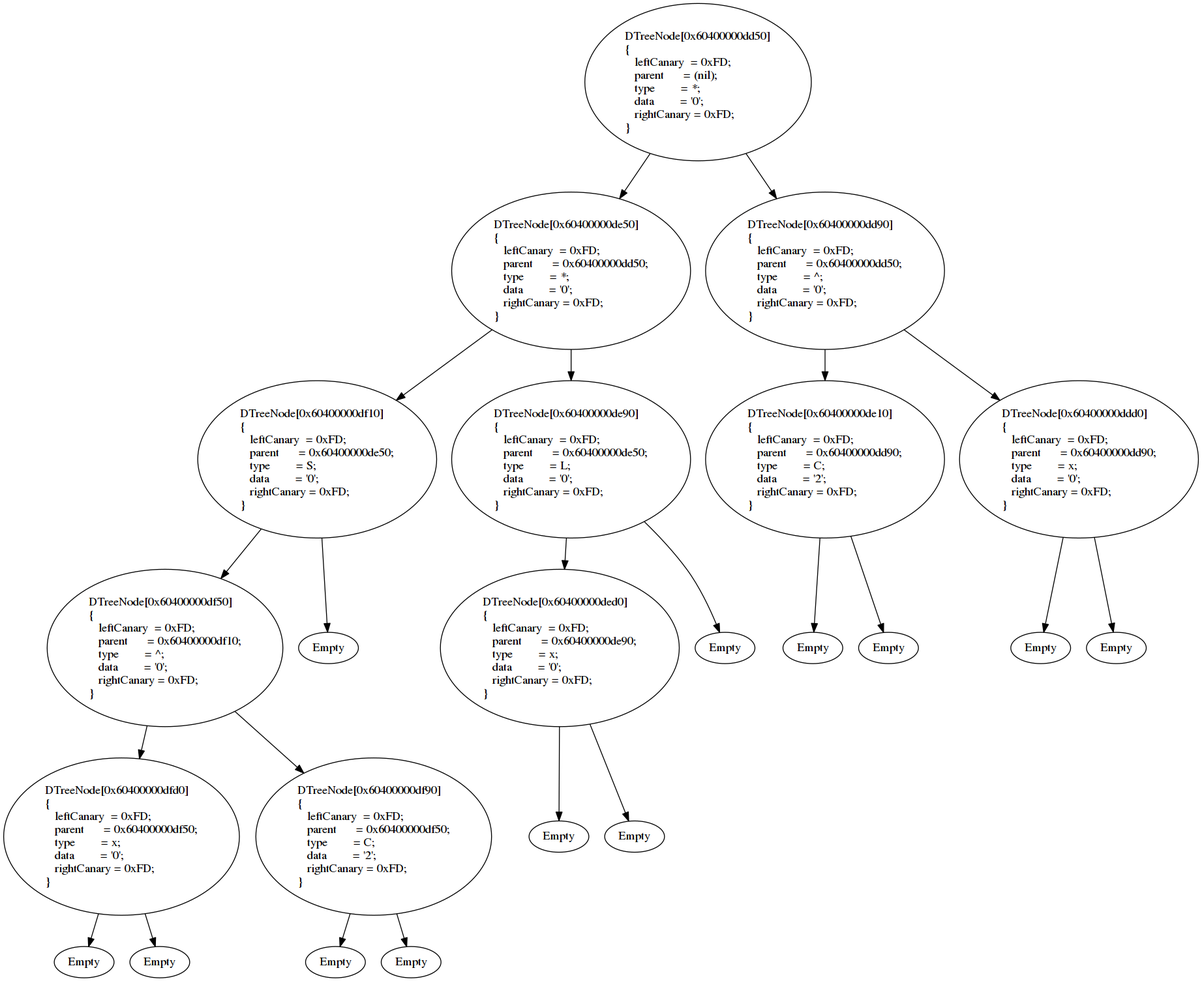
This is Differentiator/dump/tree.png from ZeronSix/technotrack, a Graphviz export, as it was before one commit. Its source is kept beside it as Differentiator/dump/tree.gv. The source it was exported from:
```dot
digraph G {
DTreeNode_0x60400000dd50 [label="DTreeNode[0x60400000dd50]\l{\l   leftCanary  = 0xFD;\l   parent      = (nil);\l   type        = *;\l   data        = '0';\l   rightCanary = 0xFD;\l}\l"]
DTreeNode_0x60400000de50 [label="DTreeNode[0x60400000de50]\l{\l   leftCanary  = 0xFD;\l   parent      = 0x60400000dd50;\l   type        = *;\l   data        = '0';\l   rightCanary = 0xFD;\l}\l"]
DTreeNode_0x60400000df10 [label="DTreeNode[0x60400000df10]\l{\l   leftCanary  = 0xFD;\l   parent      = 0x60400000de50;\l   type        = S;\l   data        = '0';\l   rightCanary = 0xFD;\l}\l"]
DTreeNode_0x60400000df50 [label="DTreeNode[0x60400000df50]\l{\l   leftCanary  = 0xFD;\l   parent      = 0x60400000df10;\l   type        = ^;\l   data        = '0';\l   rightCanary = 0xFD;\l}\l"]
DTreeNode_0x60400000dfd0 [label="DTreeNode[0x60400000dfd0]\l{\l   leftCanary  = 0xFD;\l   parent      = 0x60400000df50;\l   type        = x;\l   data        = '0';\l   rightCanary = 0xFD;\l}\l"]
DTreeNode_0x60400000dfd0_Left [label="Empty"]
DTreeNode_0x60400000dfd0 -> DTreeNode_0x60400000dfd0_Left
DTreeNode_0x60400000dfd0_Right [label="Empty"]
DTreeNode_0x60400000dfd0 -> DTreeNode_0x60400000dfd0_Right
DTreeNode_0x60400000df90 [label="DTreeNode[0x60400000df90]\l{\l   leftCanary  = 0xFD;\l   parent      = 0x60400000df50;\l   type        = C;\l   data        = '2';\l   rightCanary = 0xFD;\l}\l"]
DTreeNode_0x60400000df90_Left [label="Empty"]
DTreeNode_0x60400000df90 -> DTreeNode_0x60400000df90_Left
DTreeNode_0x60400000df90_Right [label="Empty"]
DTreeNode_0x60400000df90 -> DTreeNode_0x60400000df90_Right
DTreeNode_0x60400000df50 -> DTreeNode_0x60400000dfd0
DTreeNode_0x60400000df50 -> DTreeNode_0x60400000df90
DTreeNode_0x60400000df10_Left [label="Empty"]
DTreeNode_0x60400000df10 -> DTreeNode_0x60400000df10_Left
DTreeNode_0x60400000df10 -> DTreeNode_0x60400000df50
DTreeNode_0x60400000de90 [label="DTreeNode[0x60400000de90]\l{\l   leftCanary  = 0xFD;\l   parent      = 0x60400000de50;\l   type        = L;\l   data        = '0';\l   rightCanary = 0xFD;\l}\l"]
DTreeNode_0x60400000ded0 [label="DTreeNode[0x60400000ded0]\l{\l   leftCanary  = 0xFD;\l   parent      = 0x60400000de90;\l   type        = x;\l   data        = '0';\l   rightCanary = 0xFD;\l}\l"]
DTreeNode_0x60400000ded0_Left [label="Empty"]
DTreeNode_0x60400000ded0 -> DTreeNode_0x60400000ded0_Left
DTreeNode_0x60400000ded0_Right [label="Empty"]
DTreeNode_0x60400000ded0 -> DTreeNode_0x60400000ded0_Right
DTreeNode_0x60400000de90_Left [label="Empty"]
DTreeNode_0x60400000de90 -> DTreeNode_0x60400000de90_Left
DTreeNode_0x60400000de90 -> DTreeNode_0x60400000ded0
DTreeNode_0x60400000de50 -> DTreeNode_0x60400000df10
DTreeNode_0x60400000de50 -> DTreeNode_0x60400000de90
DTreeNode_0x60400000dd90 [label="DTreeNode[0x60400000dd90]\l{\l   leftCanary  = 0xFD;\l   parent      = 0x60400000dd50;\l   type        = ^;\l   data        = '0';\l   rightCanary = 0xFD;\l}\l"]
DTreeNode_0x60400000de10 [label="DTreeNode[0x60400000de10]\l{\l   leftCanary  = 0xFD;\l   parent      = 0x60400000dd90;\l   type        = C;\l   data        = '2';\l   rightCanary = 0xFD;\l}\l"]
DTreeNode_0x60400000de10_Left [label="Empty"]
DTreeNode_0x60400000de10 -> DTreeNode_0x60400000de10_Left
DTreeNode_0x60400000de10_Right [label="Empty"]
DTreeNode_0x60400000de10 -> DTreeNode_0x60400000de10_Right
DTreeNode_0x60400000ddd0 [label="DTreeNode[0x60400000ddd0]\l{\l   leftCanary  = 0xFD;\l   parent      = 0x60400000dd90;\l   type        = x;\l   data        = '0';\l   rightCanary = 0xFD;\l}\l"]
DTreeNode_0x60400000ddd0_Left [label="Empty"]
DTreeNode_0x60400000ddd0 -> DTreeNode_0x60400000ddd0_Left
DTreeNode_0x60400000ddd0_Right [label="Empty"]
DTreeNode_0x60400000ddd0 -> DTreeNode_0x60400000ddd0_Right
DTreeNode_0x60400000dd90 -> DTreeNode_0x60400000de10
DTreeNode_0x60400000dd90 -> DTreeNode_0x60400000ddd0
DTreeNode_0x60400000dd50 -> DTreeNode_0x60400000de50
DTreeNode_0x60400000dd50 -> DTreeNode_0x60400000dd90
}
```
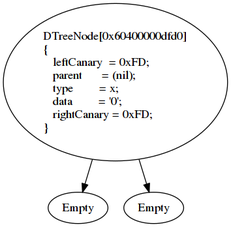
After the change.

Diff of the diagram source:
```diff
@@ -1,47 +1,7 @@
 digraph G {
-DTreeNode_0x60400000dd50 [label="DTreeNode[0x60400000dd50]\l{\l   leftCanary  = 0xFD;\l   parent      = (nil);\l   type        = *;\l   data        = '0';\l   rightCanary = 0xFD;\l}\l"]
-DTreeNode_0x60400000de50 [label="DTreeNode[0x60400000de50]\l{\l   leftCanary  = 0xFD;\l   parent      = 0x60400000dd50;\l   type        = *;\l   data        = '0';\l   rightCanary = 0xFD;\l}\l"]
-DTreeNode_0x60400000df10 [label="DTreeNode[0x60400000df10]\l{\l   leftCanary  = 0xFD;\l   parent      = 0x60400000de50;\l   type        = S;\l   data        = '0';\l   rightCanary = 0xFD;\l}\l"]
-DTreeNode_0x60400000df50 [label="DTreeNode[0x60400000df50]\l{\l   leftCanary  = 0xFD;\l   parent      = 0x60400000df10;\l   type        = ^;\l   data        = '0';\l   rightCanary = 0xFD;\l}\l"]
-DTreeNode_0x60400000dfd0 [label="DTreeNode[0x60400000dfd0]\l{\l   leftCanary  = 0xFD;\l   parent      = 0x60400000df50;\l   type        = x;\l   data        = '0';\l   rightCanary = 0xFD;\l}\l"]
+DTreeNode_0x60400000dfd0 [label="DTreeNode[0x60400000dfd0]\l{\l   leftCanary  = 0xFD;\l   parent      = (nil);\l   type        = x;\l   data        = '0';\l   rightCanary = 0xFD;\l}\l"]
 DTreeNode_0x60400000dfd0_Left [label="Empty"]
 DTreeNode_0x60400000dfd0 -> DTreeNode_0x60400000dfd0_Left
 DTreeNode_0x60400000dfd0_Right [label="Empty"]
 DTreeNode_0x60400000dfd0 -> DTreeNode_0x60400000dfd0_Right
-DTreeNode_0x60400000df90 [label="DTreeNode[0x60400000df90]\l{\l   leftCanary  = 0xFD;\l   parent      = 0x60400000df50;\l   type        = C;\l   data        = '2';\l   rightCanary = 0xFD;\l}\l"]
-DTreeNode_0x60400000df90_Left [label="Empty"]
-DTreeNode_0x60400000df90 -> DTreeNode_0x60400000df90_Left
-DTreeNode_0x60400000df90_Right [label="Empty"]
-DTreeNode_0x60400000df90 -> DTreeNode_0x60400000df90_Right
-DTreeNode_0x60400000df50 -> DTreeNode_0x60400000dfd0
-DTreeNode_0x60400000df50 -> DTreeNode_0x60400000df90
-DTreeNode_0x60400000df10_Left [label="Empty"]
-DTreeNode_0x60400000df10 -> DTreeNode_0x60400000df10_Left
-DTreeNode_0x60400000df10 -> DTreeNode_0x60400000df50
-DTreeNode_0x60400000de90 [label="DTreeNode[0x60400000de90]\l{\l   leftCanary  = 0xFD;\l   parent      = 0x60400000de50;\l   type        = L;\l   data        = '0';\l   rightCanary = 0xFD;\l}\l"]
-DTreeNode_0x60400000ded0 [label="DTreeNode[0x60400000ded0]\l{\l   leftCanary  = 0xFD;\l   parent      = 0x60400000de90;\l   type        = x;\l   data        = '0';\l   rightCanary = 0xFD;\l}\l"]
-DTreeNode_0x60400000ded0_Left [label="Empty"]
-DTreeNode_0x60400000ded0 -> DTreeNode_0x60400000ded0_Left
-DTreeNode_0x60400000ded0_Right [label="Empty"]
-DTreeNode_0x60400000ded0 -> DTreeNode_0x60400000ded0_Right
-DTreeNode_0x60400000de90_Left [label="Empty"]
-DTreeNode_0x60400000de90 -> DTreeNode_0x60400000de90_Left
-DTreeNode_0x60400000de90 -> DTreeNode_0x60400000ded0
-DTreeNode_0x60400000de50 -> DTreeNode_0x60400000df10
-DTreeNode_0x60400000de50 -> DTreeNode_0x60400000de90
-DTreeNode_0x60400000dd90 [label="DTreeNode[0x60400000dd90]\l{\l   leftCanary  = 0xFD;\l   parent      = 0x60400000dd50;\l   type        = ^;\l   data        = '0';\l   rightCanary = 0xFD;\l}\l"]
-DTreeNode_0x60400000de10 [label="DTreeNode[0x60400000de10]\l{\l   leftCanary  = 0xFD;\l   parent      = 0x60400000dd90;\l   type        = C;\l   data        = '2';\l   rightCanary = 0xFD;\l}\l"]
-DTreeNode_0x60400000de10_Left [label="Empty"]
-DTreeNode_0x60400000de10 -> DTreeNode_0x60400000de10_Left
-DTreeNode_0x60400000de10_Right [label="Empty"]
-DTreeNode_0x60400000de10 -> DTreeNode_0x60400000de10_Right
-DTreeNode_0x60400000ddd0 [label="DTreeNode[0x60400000ddd0]\l{\l   leftCanary  = 0xFD;\l   parent      = 0x60400000dd90;\l   type        = x;\l   data        = '0';\l   rightCanary = 0xFD;\l}\l"]
-DTreeNode_0x60400000ddd0_Left [label="Empty"]
-DTreeNode_0x60400000ddd0 -> DTreeNode_0x60400000ddd0_Left
-DTreeNode_0x60400000ddd0_Right [label="Empty"]
-DTreeNode_0x60400000ddd0 -> DTreeNode_0x60400000ddd0_Right
-DTreeNode_0x60400000dd90 -> DTreeNode_0x60400000de10
-DTreeNode_0x60400000dd90 -> DTreeNode_0x60400000ddd0
-DTreeNode_0x60400000dd50 -> DTreeNode_0x60400000de50
-DTreeNode_0x60400000dd50 -> DTreeNode_0x60400000dd90
 }
```
